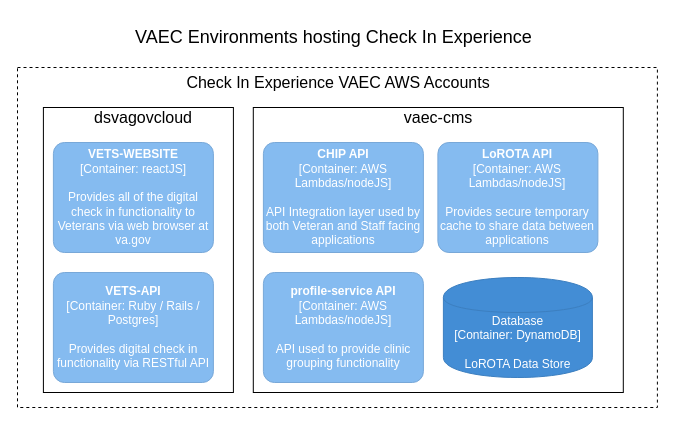
Before: page "container-diagram" (1 of 2) of products/health-care/checkin/engineering/architecture-diagrams/deploymentEnvironments-checkInExp.drawio in department-of-veterans-affairs/va.gov-team, a draw.io diagram. Source tidied: cells renumbered, new cells numbered last; positions are measured from the earlier drawing's top-left corner, leaving out a move shared by most shapes. Both pictures are drawn from the tidied source at 100%, with x=0, y=0 at pixel (17, 17).
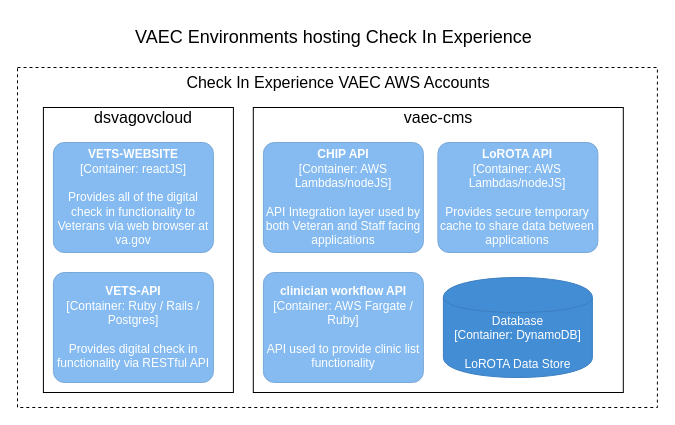
The same page after the edit.

The edit, as a diff of the source:
```diff
@@
 <mxGraphModel>
   <root>
     <mxCell id="0" />
     <mxCell id="1" parent="0" />
     <mxCell id="2" style="rounded=0;whiteSpace=wrap;html=1;dashed=1;" parent="1" vertex="1">
       <mxGeometry y="50" width="639.9" height="340" as="geometry" />
     </mxCell>
     <mxCell id="3" value="&lt;font style=&quot;font-size: 18px&quot;&gt;VAEC Environments hosting Check In Experience&lt;/font&gt;" style="text;html=1;strokeColor=none;fillColor=none;align=left;verticalAlign=middle;whiteSpace=wrap;rounded=0;dashed=1;" parent="1" vertex="1">
       <mxGeometry x="116.3" width="419.1" height="40" as="geometry" />
     </mxCell>
     <mxCell id="4" value="Check In Experience VAEC AWS Accounts" style="text;html=1;strokeColor=none;fillColor=none;align=center;verticalAlign=middle;whiteSpace=wrap;rounded=0;dashed=1;fontSize=16;" parent="1" vertex="1">
       <mxGeometry x="5.9" y="50" width="630" height="30" as="geometry" />
     </mxCell>
     <mxCell id="5" style="rounded=0;whiteSpace=wrap;html=1;fontSize=16;" parent="1" vertex="1">
       <mxGeometry x="25.9" y="90" width="190" height="285" as="geometry" />
     </mxCell>
     <object id="6" label="&lt;b&gt;%c4Name%&lt;/b&gt;&lt;div&gt;[%c4Type%: %c4Technology%]&lt;/div&gt;&lt;br&gt;&lt;div&gt;%c4Description%&lt;/div&gt;" c4Description="Provides all of the digital check in functionality to Veterans via web browser at va.gov" c4Name="VETS-WEBSITE" c4Technology="reactJS" c4Type="Container" placeholders="1">
       <mxCell style="rounded=1;whiteSpace=wrap;html=1;labelBackgroundColor=none;fillColor=#85BBF0;fontColor=#ffffff;align=center;arcSize=10;strokeColor=#78A8D8;metaData={&quot;c4Type&quot;:{&quot;editable&quot;:false}};" parent="1" vertex="1">
         <mxGeometry x="35.9" y="125" width="160" height="110" as="geometry" />
       </mxCell>
     </object>
     <object id="7" label="&lt;b&gt;%c4Name%&lt;/b&gt;&lt;div&gt;[%c4Type%: %c4Technology%]&lt;/div&gt;&lt;br&gt;&lt;div&gt;%c4Description%&lt;/div&gt;" c4Description="Provides digital check in functionality via RESTful API" c4Name="VETS-API" c4Technology="Ruby / Rails / Postgres" c4Type="Container" placeholders="1">
       <mxCell style="rounded=1;whiteSpace=wrap;html=1;labelBackgroundColor=none;fillColor=#85BBF0;fontColor=#ffffff;align=center;arcSize=10;strokeColor=#78A8D8;metaData={&quot;c4Type&quot;:{&quot;editable&quot;:false}};" parent="1" vertex="1">
         <mxGeometry x="35.9" y="255" width="160" height="110" as="geometry" />
       </mxCell>
     </object>
     <mxCell id="8" value="dsvagovcloud" style="text;html=1;strokeColor=none;fillColor=none;align=center;verticalAlign=middle;whiteSpace=wrap;rounded=0;fontSize=16;" parent="1" vertex="1">
       <mxGeometry x="25.9" y="90" width="200" height="20" as="geometry" />
     </mxCell>
     <mxCell id="9" style="rounded=0;whiteSpace=wrap;html=1;fontSize=16;" parent="1" vertex="1">
       <mxGeometry x="235.8" y="90" width="370" height="285" as="geometry" />
     </mxCell>
     <object id="10" label="&lt;b&gt;%c4Name%&lt;/b&gt;&lt;div&gt;[%c4Type%: %c4Technology%]&lt;/div&gt;&lt;br&gt;&lt;div&gt;%c4Description%&lt;/div&gt;" c4Description="API Integration layer used by both Veteran and Staff facing applications" c4Name="CHIP API" c4Technology="AWS Lambdas/nodeJS" c4Type="Container" placeholders="1">
       <mxCell style="rounded=1;whiteSpace=wrap;html=1;labelBackgroundColor=none;fillColor=#85BBF0;fontColor=#ffffff;align=center;arcSize=10;strokeColor=#78A8D8;metaData={&quot;c4Type&quot;:{&quot;editable&quot;:false}};" parent="1" vertex="1">
         <mxGeometry x="245.9" y="125" width="160" height="110" as="geometry" />
       </mxCell>
     </object>
     <object id="11" label="&lt;b&gt;%c4Name%&lt;/b&gt;&lt;div&gt;[%c4Type%: %c4Technology%]&lt;/div&gt;&lt;br&gt;&lt;div&gt;%c4Description%&lt;/div&gt;" c4Description="Provides secure temporary cache to share data between applications" c4Name="LoROTA API" c4Technology="AWS Lambdas/nodeJS" c4Type="Container" placeholders="1">
       <mxCell style="rounded=1;whiteSpace=wrap;html=1;labelBackgroundColor=none;fillColor=#85BBF0;fontColor=#ffffff;align=center;arcSize=10;strokeColor=#78A8D8;metaData={&quot;c4Type&quot;:{&quot;editable&quot;:false}};" parent="1" vertex="1">
         <mxGeometry x="420.4" y="125" width="160" height="110" as="geometry" />
       </mxCell>
     </object>
     <object id="12" label="%c4Type%&lt;div&gt;[Container:&amp;nbsp;%c4Technology%]&lt;/div&gt;&lt;br&gt;&lt;div&gt;%c4Description%&lt;/div&gt;" c4Description="LoROTA Data Store" c4Technology="DynamoDB" c4Type="Database" placeholders="1">
       <mxCell style="shape=cylinder;whiteSpace=wrap;html=1;boundedLbl=1;rounded=0;labelBackgroundColor=none;fillColor=#438DD5;fontSize=12;fontColor=#ffffff;align=center;strokeColor=#3C7FC0;metaData={&quot;c4Type&quot;:{&quot;editable&quot;:false}};" parent="1" vertex="1">
         <mxGeometry x="425.9" y="260" width="149" height="100" as="geometry" />
       </mxCell>
     </object>
-    <object id="13" label="&lt;b&gt;%c4Name%&lt;/b&gt;&lt;div&gt;[%c4Type%: %c4Technology%]&lt;/div&gt;&lt;br&gt;&lt;div&gt;%c4Description%&lt;/div&gt;" c4Description="API used to provide clinic grouping functionality" c4Name="profile-service API" c4Technology="AWS Lambdas/nodeJS" c4Type="Container" placeholders="1">
+    <object id="13" label="&lt;b&gt;%c4Name%&lt;/b&gt;&lt;div&gt;[%c4Type%: %c4Technology%]&lt;/div&gt;&lt;br&gt;&lt;div&gt;%c4Description%&lt;/div&gt;" c4Description="API used to provide clinic list functionality" c4Name="clinician workflow API" c4Technology="AWS Fargate / Ruby" c4Type="Container" placeholders="1">
       <mxCell style="rounded=1;whiteSpace=wrap;html=1;labelBackgroundColor=none;fillColor=#85BBF0;fontColor=#ffffff;align=center;arcSize=10;strokeColor=#78A8D8;metaData={&quot;c4Type&quot;:{&quot;editable&quot;:false}};" parent="1" vertex="1">
         <mxGeometry x="245.9" y="255" width="160" height="110" as="geometry" />
       </mxCell>
     </object>
     <mxCell id="14" value="vaec-cms" style="text;html=1;strokeColor=none;fillColor=none;align=center;verticalAlign=middle;whiteSpace=wrap;rounded=0;fontSize=16;" parent="1" vertex="1">
       <mxGeometry x="235.8" y="90" width="370" height="20" as="geometry" />
     </mxCell>
   </root>
 </mxGraphModel>
```
